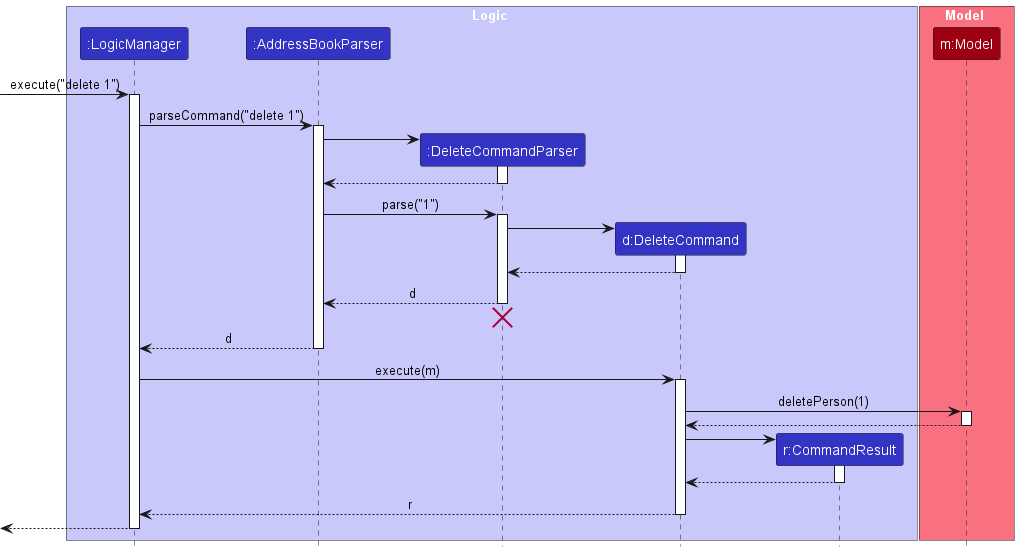
nus-cs2103-AY2425S1/tp keeps this PlantUML diagram as docs/images/DeleteSequenceDiagram.png. Above is the earlier version.
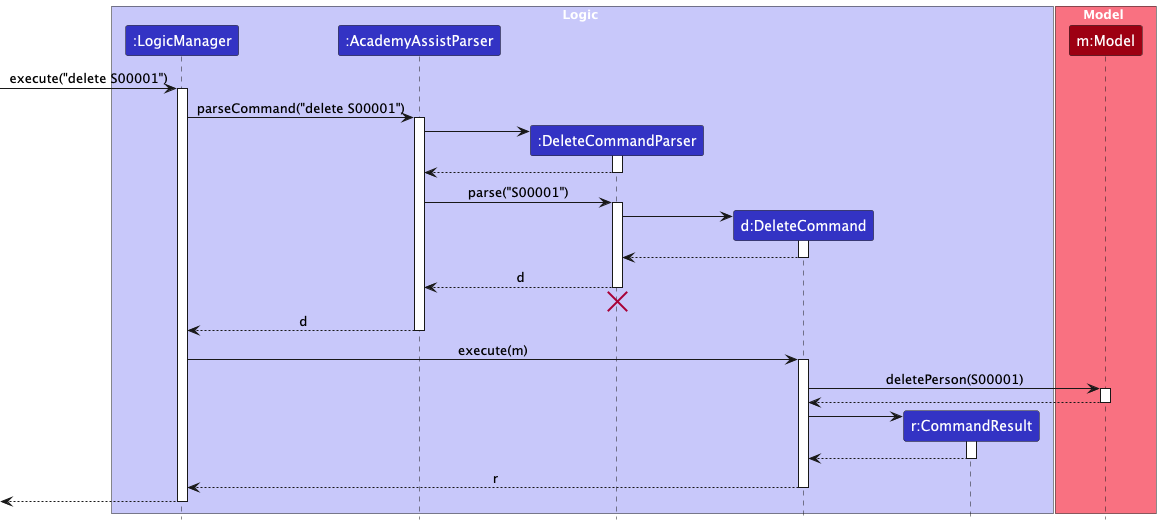
After the commit.

Diff of the diagram source:
```diff
@@ -4,7 +4,7 @@
 
 box Logic LOGIC_COLOR_T1
 participant ":LogicManager" as LogicManager LOGIC_COLOR
-participant ":AddressBookParser" as AddressBookParser LOGIC_COLOR
+participant ":AcademyAssistParser" as AcademyAssistParser LOGIC_COLOR
 participant ":DeleteCommandParser" as DeleteCommandParser LOGIC_COLOR
 participant "d:DeleteCommand" as DeleteCommand LOGIC_COLOR
 participant "r:CommandResult" as CommandResult LOGIC_COLOR
@@ -14,20 +14,20 @@
 participant "m:Model" as Model MODEL_COLOR
 end box
 
-[-> LogicManager : execute("delete 1")
+[-> LogicManager : execute("delete S00001")
 activate LogicManager
 
-LogicManager -> AddressBookParser : parseCommand("delete 1")
-activate AddressBookParser
+LogicManager -> AcademyAssistParser : parseCommand("delete S00001")
+activate AcademyAssistParser
 
 create DeleteCommandParser
-AddressBookParser -> DeleteCommandParser
+AcademyAssistParser -> DeleteCommandParser
 activate DeleteCommandParser
 
-DeleteCommandParser --> AddressBookParser
+DeleteCommandParser --> AcademyAssistParser
 deactivate DeleteCommandParser
 
-AddressBookParser -> DeleteCommandParser : parse("1")
+AcademyAssistParser -> DeleteCommandParser : parse("S00001")
 activate DeleteCommandParser
 
 create DeleteCommand
@@ -37,18 +37,18 @@
 DeleteCommand --> DeleteCommandParser :
 deactivate DeleteCommand
 
-DeleteCommandParser --> AddressBookParser : d
+DeleteCommandParser --> AcademyAssistParser : d
 deactivate DeleteCommandParser
-DeleteCommandParser -[hidden]-> AddressBookParser
+DeleteCommandParser -[hidden]-> AcademyAssistParser
 destroy DeleteCommandParser
 
-AddressBookParser --> LogicManager : d
-deactivate AddressBookParser
+AcademyAssistParser --> LogicManager : d
+deactivate AcademyAssistParser
 
 LogicManager -> DeleteCommand : execute(m)
 activate DeleteCommand
 
-DeleteCommand -> Model : deletePerson(1)
+DeleteCommand -> Model : deletePerson(S00001)
 activate Model
 
 Model --> DeleteCommand
```
